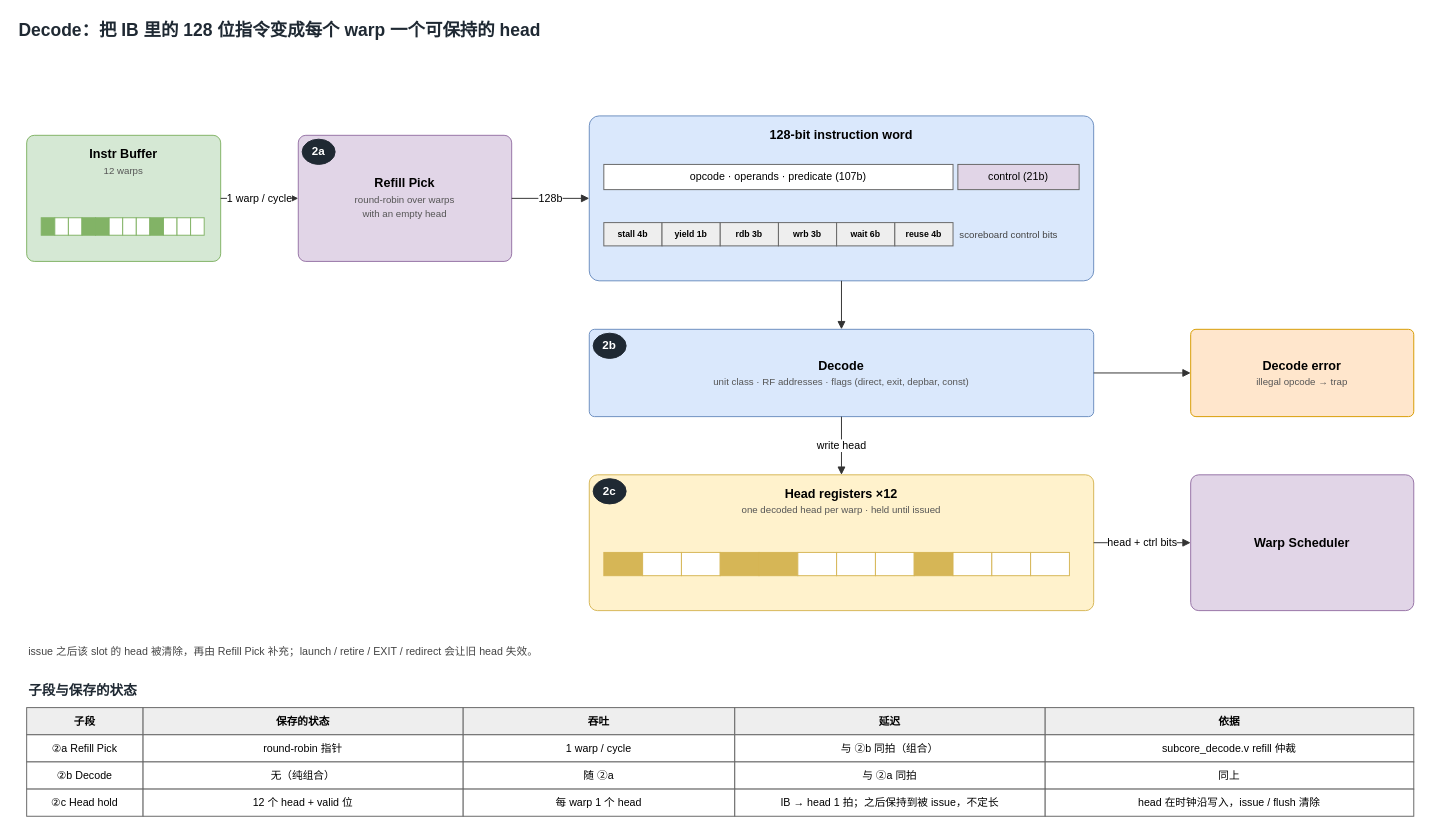
The draw.io diagram projects/currygpu_subcore_ppt169_20261004/sources/01-decode.drawio in WHUDYF/PPT-generate, before the edit. Source tidied: cells renumbered, new cells numbered last; positions are measured from the earlier drawing's top-left corner, leaving out a move shared by most shapes. Both pictures are drawn from the tidied source at 97%, with x=0, y=0 at pixel (16, 16).
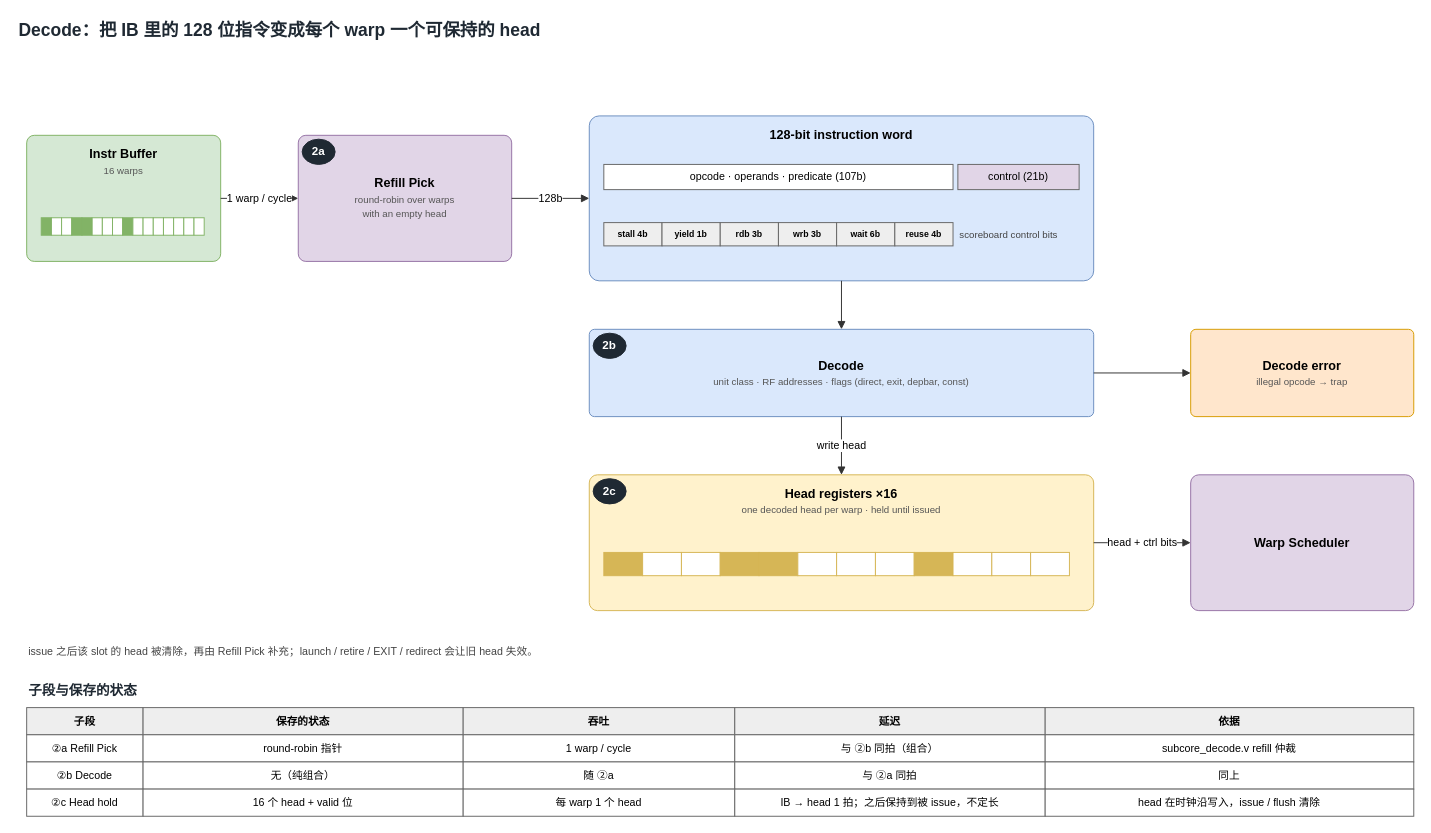
After the change.

Commit message (it also covers changes not shown here):
Show 16 warp slots per subcore in the diagrams

The edit, as a diff of the source:
```diff
@@
-    <mxCell id="3" value="Instr Buffer&lt;br&gt;&lt;font style='font-size:10px;font-weight:normal;color:#555555'&gt;12 warps&lt;/font&gt;" style="rounded=1;arcSize=6;whiteSpace=wrap;html=1;fillColor=#D5E8D4;strokeColor=#82B366;fontSize=13;fontStyle=1;verticalAlign=top;spacingTop=5;" parent="1" vertex="1">
+    <mxCell id="3" value="Instr Buffer&lt;br&gt;&lt;font style='font-size:10px;font-weight:normal;color:#555555'&gt;16 warps&lt;/font&gt;" style="rounded=1;arcSize=6;whiteSpace=wrap;html=1;fillColor=#D5E8D4;strokeColor=#82B366;fontSize=13;fontStyle=1;verticalAlign=top;spacingTop=5;" parent="1" vertex="1">
       <mxGeometry x="10" y="122" width="200" height="130" as="geometry" />
     </mxCell>
     <mxCell id="4" style="rounded=0;whiteSpace=wrap;html=1;fillColor=#82B366;strokeColor=#82B366;fontSize=9;" parent="1" vertex="1">
-      <mxGeometry x="25" y="207" width="14" height="18" as="geometry" />
+      <mxGeometry x="25" y="207" width="10.5" height="18" as="geometry" />
     </mxCell>
     <mxCell id="5" style="rounded=0;whiteSpace=wrap;html=1;fillColor=#FFFFFF;strokeColor=#82B366;fontSize=9;" parent="1" vertex="1">
-      <mxGeometry x="39" y="207" width="14" height="18" as="geometry" />
+      <mxGeometry x="35.5" y="207" width="10.5" height="18" as="geometry" />
     </mxCell>
     <mxCell id="6" style="rounded=0;whiteSpace=wrap;html=1;fillColor=#FFFFFF;strokeColor=#82B366;fontSize=9;" parent="1" vertex="1">
-      <mxGeometry x="53" y="207" width="14" height="18" as="geometry" />
+      <mxGeometry x="46" y="207" width="10.5" height="18" as="geometry" />
     </mxCell>
     <mxCell id="7" style="rounded=0;whiteSpace=wrap;html=1;fillColor=#82B366;strokeColor=#82B366;fontSize=9;" parent="1" vertex="1">
-      <mxGeometry x="67" y="207" width="14" height="18" as="geometry" />
+      <mxGeometry x="56.5" y="207" width="10.5" height="18" as="geometry" />
     </mxCell>
     <mxCell id="8" style="rounded=0;whiteSpace=wrap;html=1;fillColor=#82B366;strokeColor=#82B366;fontSize=9;" parent="1" vertex="1">
-      <mxGeometry x="81" y="207" width="14" height="18" as="geometry" />
+      <mxGeometry x="67" y="207" width="10.5" height="18" as="geometry" />
     </mxCell>
     <mxCell id="9" style="rounded=0;whiteSpace=wrap;html=1;fillColor=#FFFFFF;strokeColor=#82B366;fontSize=9;" parent="1" vertex="1">
-      <mxGeometry x="95" y="207" width="14" height="18" as="geometry" />
+      <mxGeometry x="77.5" y="207" width="10.5" height="18" as="geometry" />
     </mxCell>
     <mxCell id="10" style="rounded=0;whiteSpace=wrap;html=1;fillColor=#FFFFFF;strokeColor=#82B366;fontSize=9;" parent="1" vertex="1">
-      <mxGeometry x="109" y="207" width="14" height="18" as="geometry" />
+      <mxGeometry x="88" y="207" width="10.5" height="18" as="geometry" />
     </mxCell>
     <mxCell id="11" style="rounded=0;whiteSpace=wrap;html=1;fillColor=#FFFFFF;strokeColor=#82B366;fontSize=9;" parent="1" vertex="1">
-      <mxGeometry x="123" y="207" width="14" height="18" as="geometry" />
+      <mxGeometry x="98.5" y="207" width="10.5" height="18" as="geometry" />
     </mxCell>
     <mxCell id="12" style="rounded=0;whiteSpace=wrap;html=1;fillColor=#82B366;strokeColor=#82B366;fontSize=9;" parent="1" vertex="1">
-      <mxGeometry x="137" y="207" width="14" height="18" as="geometry" />
+      <mxGeometry x="109" y="207" width="10.5" height="18" as="geometry" />
     </mxCell>
     <mxCell id="13" style="rounded=0;whiteSpace=wrap;html=1;fillColor=#FFFFFF;strokeColor=#82B366;fontSize=9;" parent="1" vertex="1">
-      <mxGeometry x="151" y="207" width="14" height="18" as="geometry" />
+      <mxGeometry x="119.5" y="207" width="10.5" height="18" as="geometry" />
     </mxCell>
     <mxCell id="14" style="rounded=0;whiteSpace=wrap;html=1;fillColor=#FFFFFF;strokeColor=#82B366;fontSize=9;" parent="1" vertex="1">
-      <mxGeometry x="165" y="207" width="14" height="18" as="geometry" />
+      <mxGeometry x="130" y="207" width="10.5" height="18" as="geometry" />
     </mxCell>
     <mxCell id="15" style="rounded=0;whiteSpace=wrap;html=1;fillColor=#FFFFFF;strokeColor=#82B366;fontSize=9;" parent="1" vertex="1">
-      <mxGeometry x="179" y="207" width="14" height="18" as="geometry" />
+      <mxGeometry x="140.5" y="207" width="10.5" height="18" as="geometry" />
     </mxCell>
+    <mxCell id="74" style="rounded=0;whiteSpace=wrap;html=1;fillColor=#FFFFFF;strokeColor=#82B366;fontSize=9;" parent="1" vertex="1">
+      <mxGeometry x="151" y="207" width="10.5" height="18" as="geometry" />
+    </mxCell>
+    <mxCell id="75" style="rounded=0;whiteSpace=wrap;html=1;fillColor=#FFFFFF;strokeColor=#82B366;fontSize=9;" parent="1" vertex="1">
+      <mxGeometry x="161.5" y="207" width="10.5" height="18" as="geometry" />
+    </mxCell>
+    <mxCell id="76" style="rounded=0;whiteSpace=wrap;html=1;fillColor=#FFFFFF;strokeColor=#82B366;fontSize=9;" parent="1" vertex="1">
+      <mxGeometry x="172" y="207" width="10.5" height="18" as="geometry" />
+    </mxCell>
+    <mxCell id="77" style="rounded=0;whiteSpace=wrap;html=1;fillColor=#FFFFFF;strokeColor=#82B366;fontSize=9;" parent="1" vertex="1">
+      <mxGeometry x="182.5" y="207" width="10.5" height="18" as="geometry" />
+    </mxCell>
@@
-    <mxCell id="28" value="Head registers ×12&lt;br&gt;&lt;font style='font-size:10px;font-weight:normal;color:#555555'&gt;one decoded head per warp · held until issued&lt;/font&gt;" style="rounded=1;arcSize=6;whiteSpace=wrap;html=1;fillColor=#FFF2CC;strokeColor=#D6B656;fontSize=13;fontStyle=1;verticalAlign=top;spacingTop=5;" parent="1" vertex="1">
+    <mxCell id="28" value="Head registers ×16&lt;br&gt;&lt;font style='font-size:10px;font-weight:normal;color:#555555'&gt;one decoded head per warp · held until issued&lt;/font&gt;" style="rounded=1;arcSize=6;whiteSpace=wrap;html=1;fillColor=#FFF2CC;strokeColor=#D6B656;fontSize=13;fontStyle=1;verticalAlign=top;spacingTop=5;" parent="1" vertex="1">
       <mxGeometry x="590" y="472" width="520" height="140" as="geometry" />
     </mxCell>
@@
-    <mxCell id="70" value="12 个 head + valid 位" style="rounded=0;whiteSpace=wrap;html=1;fillColor=#FFFFFF;strokeColor=#666666;fontSize=11;" parent="1" vertex="1">
+    <mxCell id="70" value="16 个 head + valid 位" style="rounded=0;whiteSpace=wrap;html=1;fillColor=#FFFFFF;strokeColor=#666666;fontSize=11;" parent="1" vertex="1">
       <mxGeometry x="130" y="796" width="330" height="28" as="geometry" />
     </mxCell>
```
